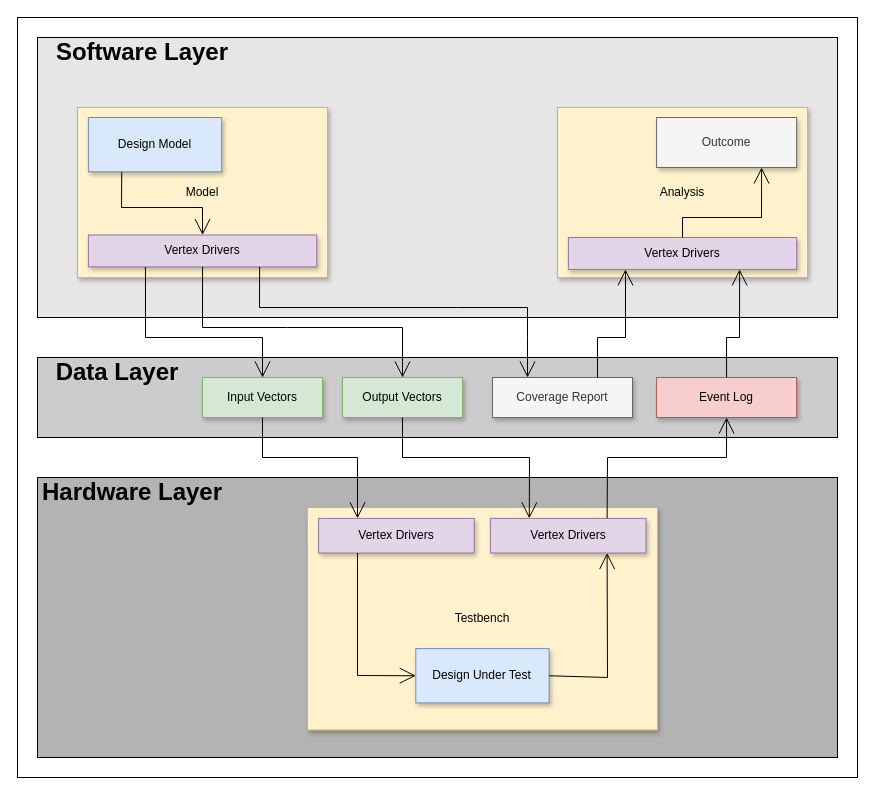
chaseruskin/verb keeps this draw.io diagram as docs/assets/system.dio. Above is the earlier version. Source tidied: cells renumbered, new cells numbered last; positions are measured from the earlier drawing's top-left corner, leaving out a move shared by most shapes. Both pictures are drawn from the tidied source at 100%, with x=0, y=0 at pixel (17, 17).
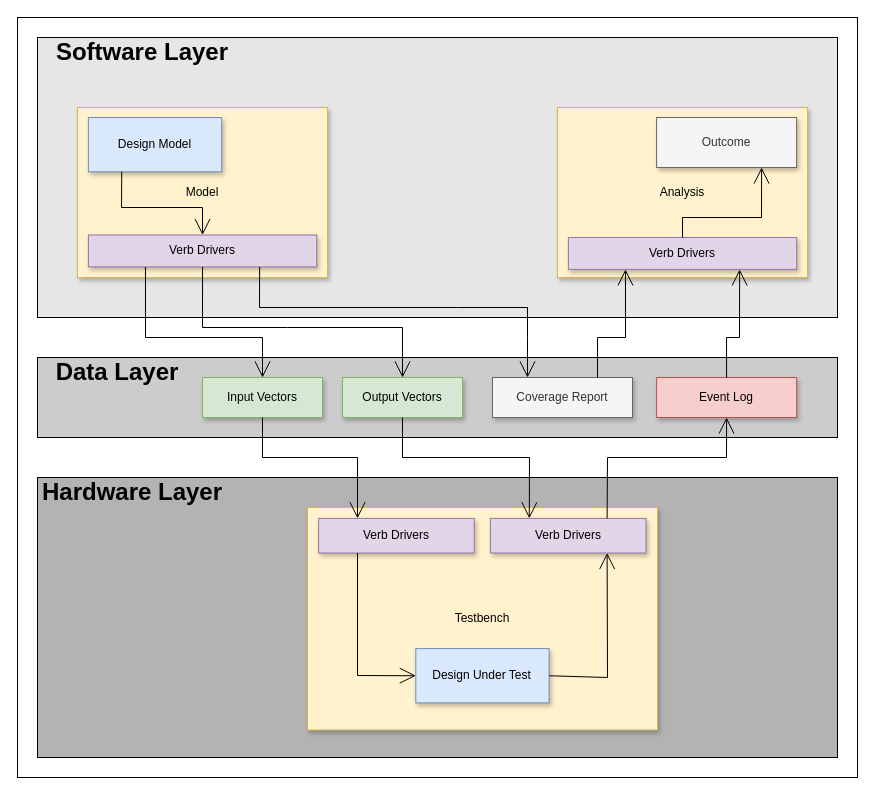
Above is the later version.

Commit message (it also covers changes not shown here):
Updates system diagram

Unchanged cells that the change refers to:
```xml
<mxCell id="2" style="group;fillColor=#E6E6E6;gradientColor=none;" parent="1" vertex="1">
  <mxGeometry x="20" y="20" width="820" height="740" as="geometry" />
</mxCell>
<mxCell id="6" style="group;" parent="2" vertex="1">
  <mxGeometry x="40" y="70" width="250" height="170" as="geometry" />
</mxCell>
<mxCell id="25" style="group;" parent="22" vertex="1">
  <mxGeometry x="280" y="30" width="350" height="222.5" as="geometry" />
</mxCell>
```

Diff of the diagram source:
```diff
@@
-    <mxCell id="8" value="Vertex Drivers" style="rounded=0;whiteSpace=wrap;html=1;shadow=1;fillColor=#e1d5e7;strokeColor=#9673a6;" parent="6" vertex="1">
+    <mxCell id="8" value="Verb&amp;nbsp;Drivers" style="rounded=0;whiteSpace=wrap;html=1;shadow=1;fillColor=#e1d5e7;strokeColor=#9673a6;" parent="6" vertex="1">
       <mxGeometry x="10.9" y="127.5" width="228.3" height="31.9" as="geometry" />
     </mxCell>
@@
-    <mxCell id="12" value="Vertex Drivers" style="rounded=0;whiteSpace=wrap;html=1;shadow=1;fillColor=#e1d5e7;strokeColor=#9673a6;" parent="2" vertex="1">
+    <mxCell id="12" value="Verb Drivers" style="rounded=0;whiteSpace=wrap;html=1;shadow=1;fillColor=#e1d5e7;strokeColor=#9673a6;" parent="2" vertex="1">
       <mxGeometry x="530.9" y="200" width="228.3" height="31.9" as="geometry" />
     </mxCell>
@@
-    <mxCell id="27" value="Vertex Drivers" style="rounded=0;whiteSpace=wrap;html=1;shadow=1;fillColor=#e1d5e7;strokeColor=#9673a6;" parent="25" vertex="1">
+    <mxCell id="27" value="Verb&amp;nbsp;Drivers" style="rounded=0;whiteSpace=wrap;html=1;shadow=1;fillColor=#e1d5e7;strokeColor=#9673a6;" parent="25" vertex="1">
       <mxGeometry x="11.1" y="10.9" width="155.6" height="34.6" as="geometry" />
     </mxCell>
-    <mxCell id="28" value="Vertex Drivers" style="rounded=0;whiteSpace=wrap;html=1;shadow=1;fillColor=#e1d5e7;strokeColor=#9673a6;" parent="25" vertex="1">
+    <mxCell id="28" value="Verb&amp;nbsp;Drivers" style="rounded=0;whiteSpace=wrap;html=1;shadow=1;fillColor=#e1d5e7;strokeColor=#9673a6;" parent="25" vertex="1">
       <mxGeometry x="182.9" y="10.9" width="155.6" height="34.6" as="geometry" />
     </mxCell>
```
